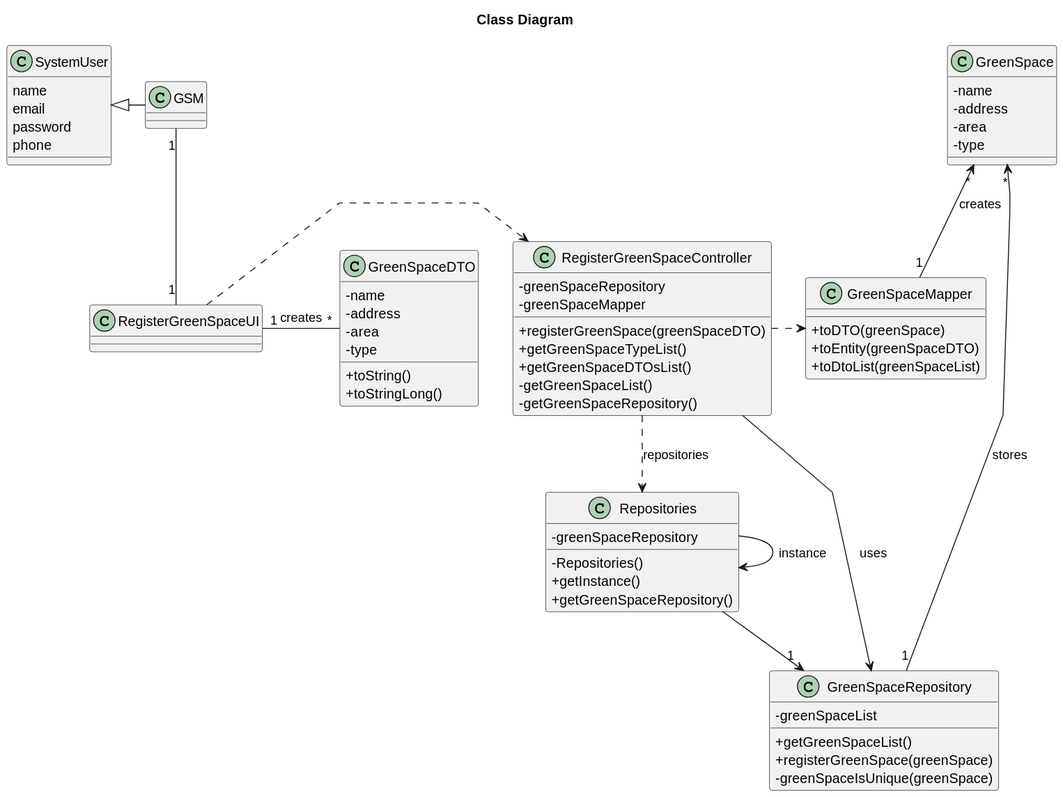
Departamento-de-Engenharia-Informatica/lei-24-s2-1do-g164 keeps this PlantUML diagram as docs/sprintC/us020/03.design/svg/us020-class-diagram.svg. Above is the earlier version.
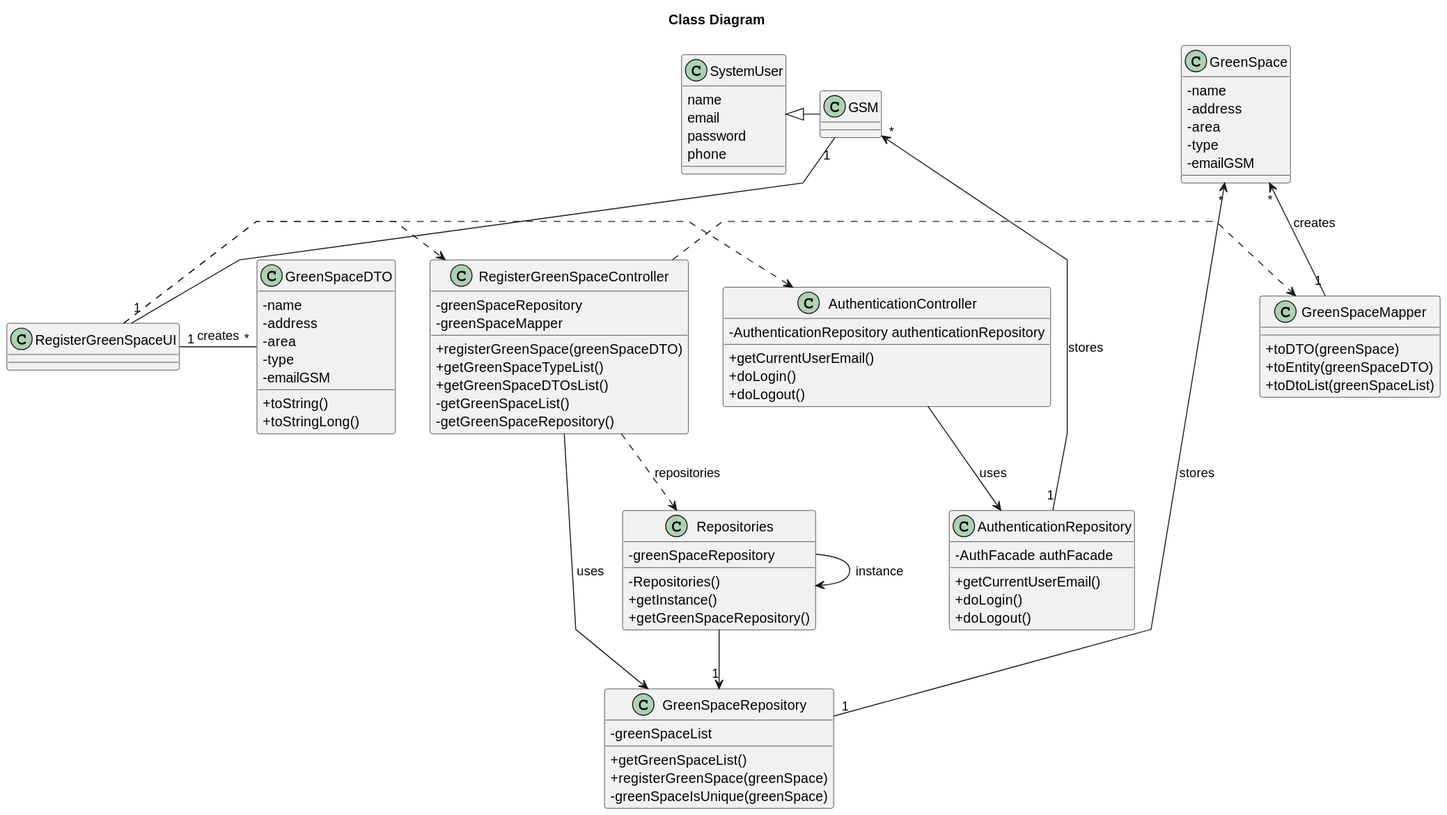
The same file after the commit.

What changed in the source:
```diff
@@ -11,6 +11,7 @@
     -address
     -area
     -type
+    -emailGSM
 }
 
 
@@ -61,26 +62,44 @@
 
 }
 
+class AuthenticationController{
+- AuthenticationRepository authenticationRepository
++ getCurrentUserEmail()
++ doLogin()
++ doLogout()
+}
+
+class AuthenticationRepository{
+- AuthFacade authFacade
++ getCurrentUserEmail()
++ doLogin()
++ doLogout()
+}
+
 class GreenSpaceDTO{
 -name
 -address
 -area
 -type
+-emailGSM
 +toString()
 +toStringLong()
 }
 
 RegisterGreenSpaceUI .> RegisterGreenSpaceController
+RegisterGreenSpaceUI .> AuthenticationController
 RegisterGreenSpaceUI "1" - "*" GreenSpaceDTO : creates
 RegisterGreenSpaceController ..> Repositories : repositories
 Repositories --> "1" GreenSpaceRepository
 Repositories -> Repositories : instance
 RegisterGreenSpaceController .> GreenSpaceMapper
 RegisterGreenSpaceController --> GreenSpaceRepository : uses
+AuthenticationController --> AuthenticationRepository : uses
 
 SystemUser <|- GSM
 
 GSM "1" -- "1" RegisterGreenSpaceUI
 GreenSpace "*" <-- "1" GreenSpaceRepository : stores
+GSM "*" <-- "1" AuthenticationRepository : stores
 GreenSpace "*" <-- "1" GreenSpaceMapper : creates
 @enduml
```
